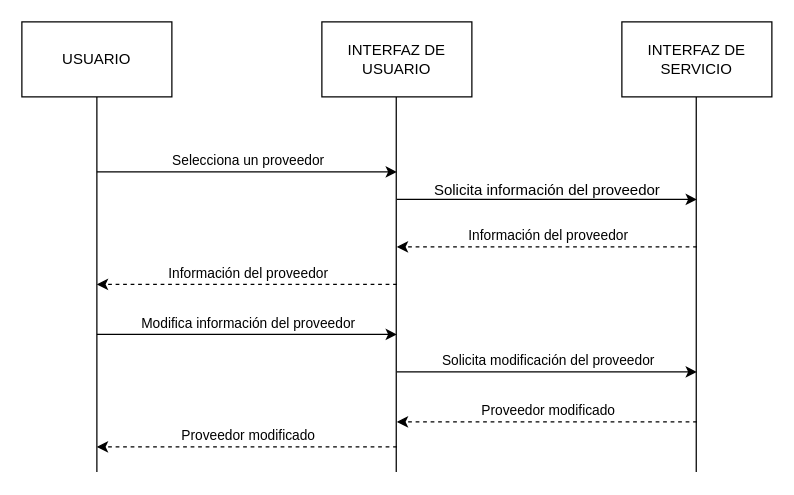
Before: diagrams/secuencia/DS-025.drawio in ClaudiaOviedoGovantes/ComercialPostigo, a draw.io diagram. Source tidied: cells renumbered, new cells numbered last; positions are measured from the earlier drawing's top-left corner, leaving out a move shared by most shapes. Both pictures are drawn from the tidied source at 125%, with x=0, y=0 at pixel (21, 21).
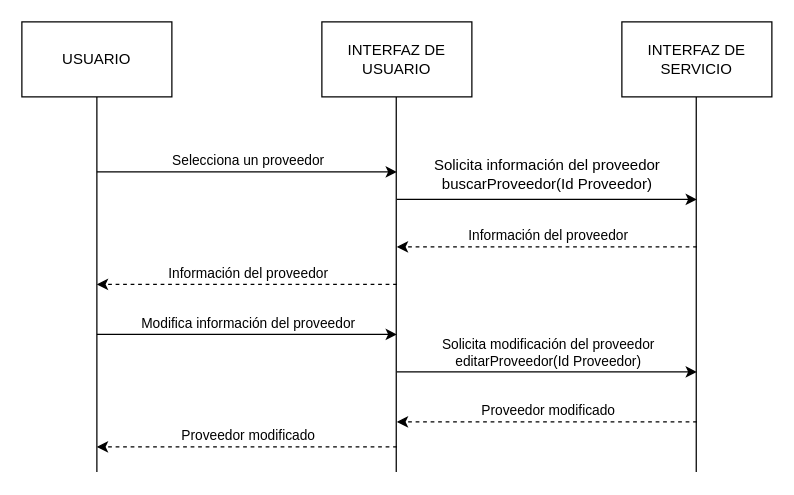
The same page after the edit.

Diff of the diagram source:
```diff
@@
-    <mxCell id="13" value="Solicita información del proveedor" style="text;html=1;align=center;verticalAlign=middle;strokeColor=none;fillColor=none;" parent="1" vertex="1">
-      <mxGeometry x="320" y="120" width="200" height="30" as="geometry" />
+    <mxCell id="13" value="Solicita información del proveedor&lt;div&gt;buscarProveedor(Id Proveedor)&lt;/div&gt;" style="text;html=1;align=center;verticalAlign=middle;strokeColor=none;fillColor=none;" parent="1" vertex="1">
+      <mxGeometry x="320.5" y="101" width="199" height="41" as="geometry" />
     </mxCell>
@@
-    <mxCell id="19" value="Solicita modificación del proveedor" style="edgeLabel;html=1;align=center;verticalAlign=middle;" parent="1" vertex="1">
-      <mxGeometry x="420" y="270" as="geometry" />
+    <mxCell id="19" value="Solicita modificación del proveedor&lt;div&gt;editarProveedor(Id Proveedor)&lt;/div&gt;" style="edgeLabel;html=1;align=center;verticalAlign=middle;" parent="1" vertex="1">
+      <mxGeometry x="420" y="264" as="geometry" />
     </mxCell>
```
